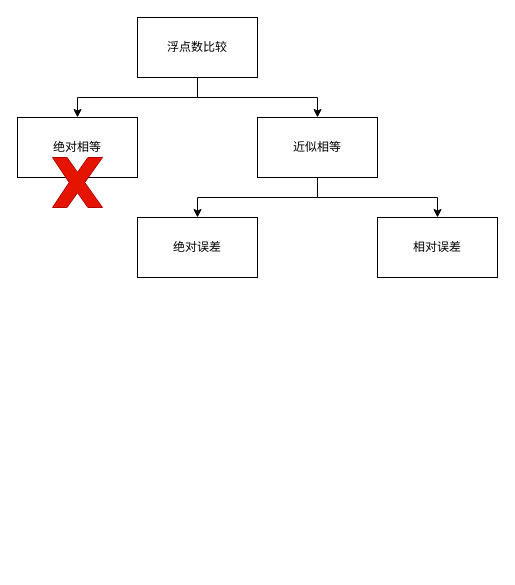
Earlier version of the draw.io diagram float_pointing_number_comparison.drawio (ZiqingYip/moment). Source tidied: cells renumbered, new cells numbered last; positions are measured from the earlier drawing's top-left corner, leaving out a move shared by most shapes. Both pictures are drawn from the tidied source at 100%, with x=0, y=0 at pixel (17, 17).
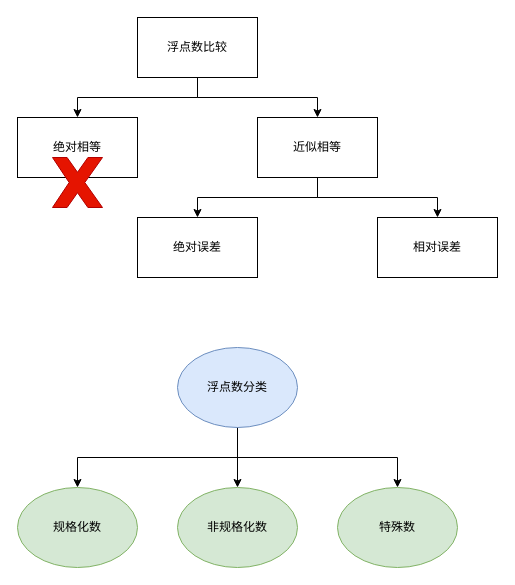
The same diagram, later.

Change to the diagram source:
```diff
@@
 <mxGraphModel>
   <root>
     <mxCell id="0" />
     <mxCell id="1" parent="0" />
     <mxCell id="2" style="edgeStyle=orthogonalEdgeStyle;rounded=0;jettySize=auto;html=1;exitX=0.5;exitY=1;exitDx=0;exitDy=0;" parent="1" edge="1" source="4" target="5">
       <mxGeometry relative="1" as="geometry" />
     </mxCell>
     <mxCell id="3" style="edgeStyle=orthogonalEdgeStyle;rounded=0;jettySize=auto;html=1;exitX=0.5;exitY=1;exitDx=0;exitDy=0;" parent="1" edge="1" source="4" target="8">
       <mxGeometry relative="1" as="geometry" />
     </mxCell>
     <mxCell id="4" value="浮点数比较" style="rounded=0;whiteSpace=wrap;html=1;" parent="1" vertex="1">
       <mxGeometry x="120" width="120" height="60" as="geometry" />
     </mxCell>
     <mxCell id="5" value="绝对相等" style="rounded=0;whiteSpace=wrap;html=1;" parent="1" vertex="1">
       <mxGeometry y="100" width="120" height="60" as="geometry" />
     </mxCell>
     <mxCell id="6" style="edgeStyle=orthogonalEdgeStyle;rounded=0;jettySize=auto;html=1;exitX=0.5;exitY=1;exitDx=0;exitDy=0;" parent="1" edge="1" source="8" target="10">
       <mxGeometry relative="1" as="geometry" />
     </mxCell>
     <mxCell id="7" style="edgeStyle=orthogonalEdgeStyle;rounded=0;jettySize=auto;html=1;exitX=0.5;exitY=1;exitDx=0;exitDy=0;entryX=0.5;entryY=0;entryDx=0;entryDy=0;" parent="1" edge="1" source="8" target="11">
       <mxGeometry relative="1" as="geometry" />
     </mxCell>
     <mxCell id="8" value="近似相等" style="rounded=0;whiteSpace=wrap;html=1;" parent="1" vertex="1">
       <mxGeometry x="240" y="100" width="120" height="60" as="geometry" />
     </mxCell>
     <mxCell id="9" style="verticalLabelPosition=bottom;verticalAlign=top;html=1;shape=mxgraph.basic.x;rounded=0;fillColor=#e51400;fontColor=#ffffff;strokeColor=#B20000;" parent="1" vertex="1">
       <mxGeometry x="35" y="140" width="50" height="50" as="geometry" />
     </mxCell>
     <mxCell id="10" value="绝对误差" style="rounded=0;whiteSpace=wrap;html=1;" parent="1" vertex="1">
       <mxGeometry x="120" y="200" width="120" height="60" as="geometry" />
     </mxCell>
     <mxCell id="11" value="相对误差" style="rounded=0;whiteSpace=wrap;html=1;" parent="1" vertex="1">
       <mxGeometry x="360" y="200" width="120" height="60" as="geometry" />
     </mxCell>
+    <mxCell id="12" style="edgeStyle=orthogonalEdgeStyle;rounded=0;jettySize=auto;html=1;exitX=0.5;exitY=1;exitDx=0;exitDy=0;entryX=0.5;entryY=0;entryDx=0;entryDy=0;" parent="1" edge="1" source="15" target="17">
+      <mxGeometry relative="1" as="geometry" />
+    </mxCell>
+    <mxCell id="13" style="edgeStyle=orthogonalEdgeStyle;rounded=0;jettySize=auto;html=1;exitX=0.5;exitY=1;exitDx=0;exitDy=0;entryX=0.5;entryY=0;entryDx=0;entryDy=0;" parent="1" edge="1" source="15" target="16">
+      <mxGeometry relative="1" as="geometry" />
+    </mxCell>
+    <mxCell id="14" style="edgeStyle=orthogonalEdgeStyle;rounded=0;jettySize=auto;html=1;exitX=0.5;exitY=1;exitDx=0;exitDy=0;" parent="1" edge="1" source="15" target="18">
+      <mxGeometry relative="1" as="geometry" />
+    </mxCell>
+    <mxCell id="15" value="浮点数分类" style="ellipse;whiteSpace=wrap;html=1;fillColor=#dae8fc;strokeColor=#6c8ebf;" parent="1" vertex="1">
+      <mxGeometry x="160" y="330" width="120" height="80" as="geometry" />
+    </mxCell>
+    <mxCell id="16" value="规格化数" style="ellipse;whiteSpace=wrap;html=1;fillColor=#d5e8d4;strokeColor=#82b366;" parent="1" vertex="1">
+      <mxGeometry y="470" width="120" height="80" as="geometry" />
+    </mxCell>
+    <mxCell id="17" value="非规格化数" style="ellipse;whiteSpace=wrap;html=1;fillColor=#d5e8d4;strokeColor=#82b366;" parent="1" vertex="1">
+      <mxGeometry x="160" y="470" width="120" height="80" as="geometry" />
+    </mxCell>
+    <mxCell id="18" value="特殊数" style="ellipse;whiteSpace=wrap;html=1;fillColor=#d5e8d4;strokeColor=#82b366;" parent="1" vertex="1">
+      <mxGeometry x="320" y="470" width="120" height="80" as="geometry" />
+    </mxCell>
   </root>
 </mxGraphModel>
```
